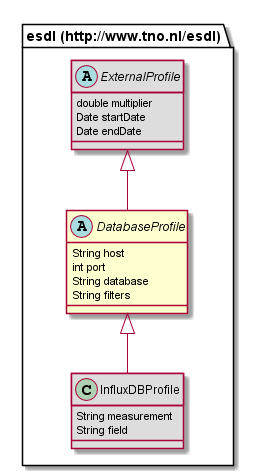
This is 687474703a2f2f7777772e746e6f2e6e6c2f6573646c/DatabaseProfile.png from EnergyTransition/energytransition.github.io, a PlantUML export, as it was before one commit. Source of this version:
```plantuml
@startuml
abstract class "esdl (http://www.tno.nl/esdl).DatabaseProfile" [[#router/doc-content/687474703a2f2f7777772e746e6f2e6e6c2f6573646c/DatabaseProfile.html{Describes the fields of a generic database-based profile}]] {
	String host
	int port
	String database
	String filters
}
class "esdl (http://www.tno.nl/esdl).InfluxDBProfile" [[#router/doc-content/687474703a2f2f7777772e746e6f2e6e6c2f6573646c/InfluxDBProfile.html{Describes a profile based on a measurement and field as part of an InfluxDB timeseries query}]] #DDDDDD {
	String measurement
	String field
}
abstract class "esdl (http://www.tno.nl/esdl).ExternalProfile" [[#router/doc-content/687474703a2f2f7777772e746e6f2e6e6c2f6573646c/ExternalProfile.html{ExternalProfile allows to refer to an externally defined profile. }]] #DDDDDD {
	double multiplier
	Date startDate
	Date endDate
}
"esdl (http://www.tno.nl/esdl).ExternalProfile" <|-- "esdl (http://www.tno.nl/esdl).DatabaseProfile"
"esdl (http://www.tno.nl/esdl).DatabaseProfile" <|-- "esdl (http://www.tno.nl/esdl).InfluxDBProfile"
@enduml
```
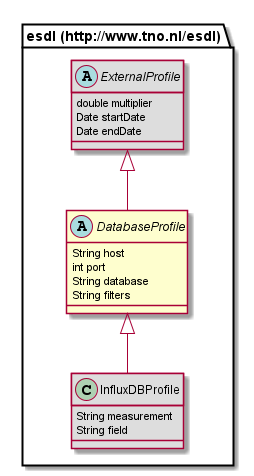
After the commit.

The edit, as a diff of the source:
```diff
@@ -5,15 +5,15 @@
 	String database
 	String filters
 }
-class "esdl (http://www.tno.nl/esdl).InfluxDBProfile" [[#router/doc-content/687474703a2f2f7777772e746e6f2e6e6c2f6573646c/InfluxDBProfile.html{Describes a profile based on a measurement and field as part of an InfluxDB timeseries query}]] #DDDDDD {
-	String measurement
-	String field
-}
 abstract class "esdl (http://www.tno.nl/esdl).ExternalProfile" [[#router/doc-content/687474703a2f2f7777772e746e6f2e6e6c2f6573646c/ExternalProfile.html{ExternalProfile allows to refer to an externally defined profile. }]] #DDDDDD {
 	double multiplier
 	Date startDate
 	Date endDate
 }
+class "esdl (http://www.tno.nl/esdl).InfluxDBProfile" [[#router/doc-content/687474703a2f2f7777772e746e6f2e6e6c2f6573646c/InfluxDBProfile.html{Describes a profile based on a measurement and field as part of an InfluxDB timeseries query}]] #DDDDDD {
+	String measurement
+	String field
+}
 "esdl (http://www.tno.nl/esdl).ExternalProfile" <|-- "esdl (http://www.tno.nl/esdl).DatabaseProfile"
 "esdl (http://www.tno.nl/esdl).DatabaseProfile" <|-- "esdl (http://www.tno.nl/esdl).InfluxDBProfile"
 @enduml
```
